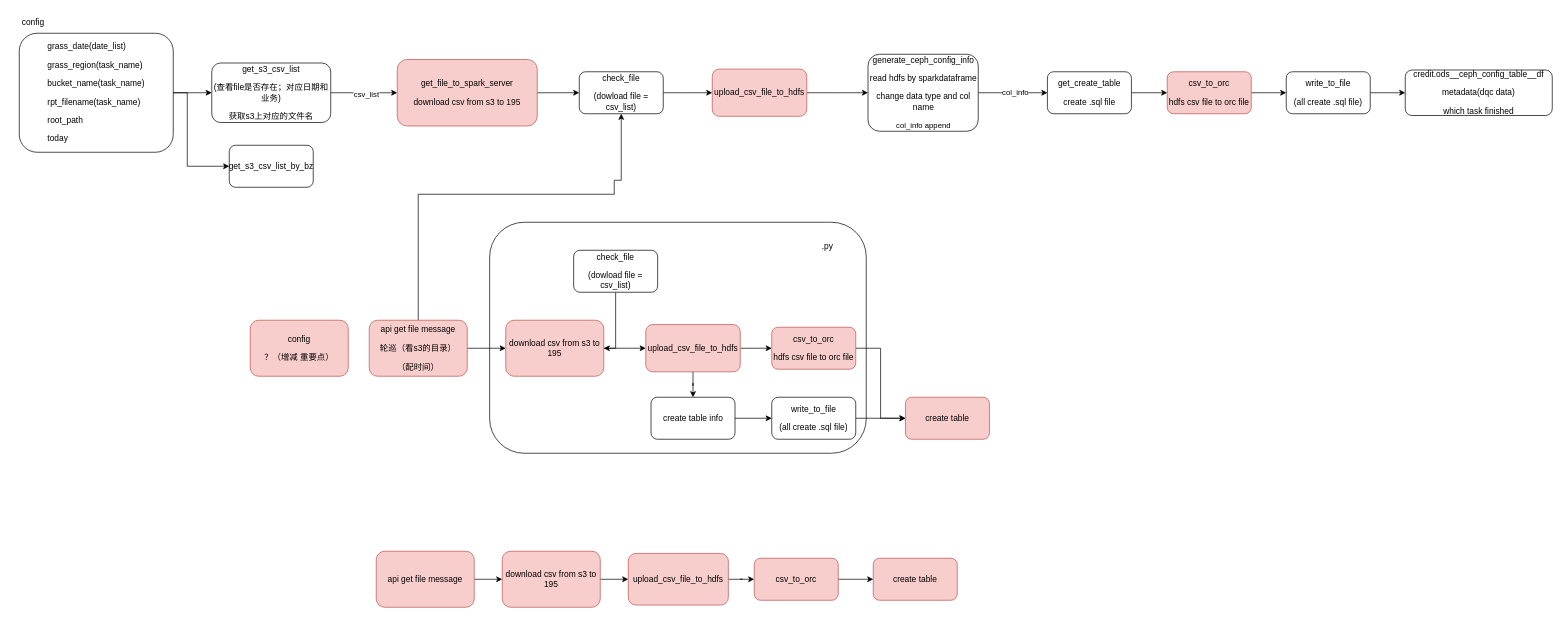
Above: s3file.drawio in a490888602/draw (draw.io), before the change. Source tidied: cells renumbered, new cells numbered last; positions are measured from the earlier drawing's top-left corner, leaving out a move shared by most shapes. Both pictures are drawn from the tidied source at 70%, with x=0, y=0 at pixel (12, 12).
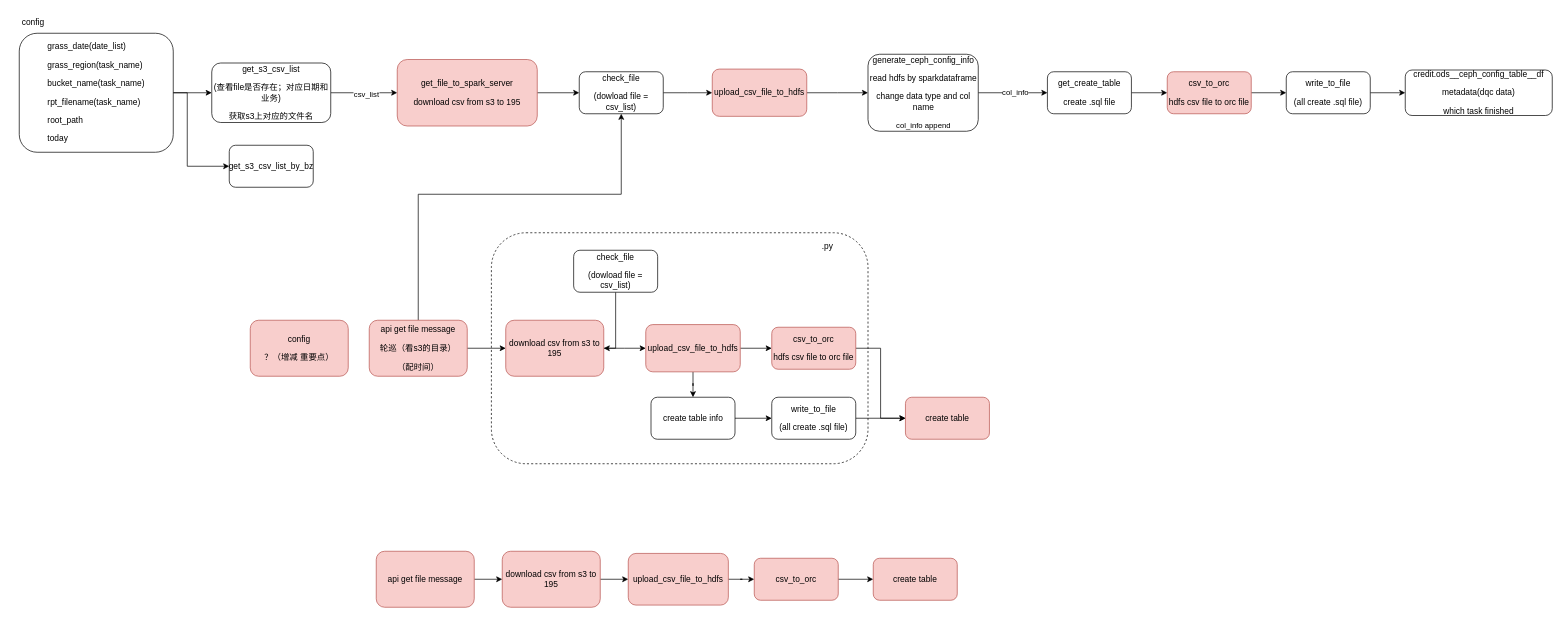
The same page after the edit.

Unchanged cells that the change refers to:
```xml
<mxCell id="14" value="&lt;p&gt;check_file&lt;/p&gt;&lt;p&gt;(dowload file = csv_list)&lt;/p&gt;" style="whiteSpace=wrap;html=1;rounded=1;" parent="1" vertex="1">
  <mxGeometry x="810" y="85" width="120" height="60" as="geometry" />
</mxCell>
<mxCell id="51" value="&lt;p&gt;&lt;span style=&quot;background-color: initial;&quot;&gt;api get file message&lt;/span&gt;&lt;/p&gt;&lt;p&gt;&lt;span style=&quot;background-color: initial;&quot;&gt;轮巡（看s3的目录）&lt;/span&gt;&lt;/p&gt;&lt;p&gt;&lt;span style=&quot;background-color: initial;&quot;&gt;（配时间）&lt;/span&gt;&lt;/p&gt;" style="whiteSpace=wrap;html=1;rounded=1;fillColor=#f8cecc;strokeColor=#b85450;" parent="1" vertex="1">
  <mxGeometry x="510" y="440" width="140" height="80" as="geometry" />
</mxCell>
```

Diff of the diagram source:
```diff
@@
-    <mxCell id="2" style="rounded=1;whiteSpace=wrap;html=1;" parent="1" vertex="1">
-      <mxGeometry x="682" y="300" width="538" height="330" as="geometry" />
+    <mxCell id="2" style="rounded=1;whiteSpace=wrap;html=1;dashed=1;" parent="1" vertex="1">
+      <mxGeometry x="684.5" y="315" width="538" height="330" as="geometry" />
     </mxCell>
@@
     <mxCell id="50" style="edgeStyle=orthogonalEdgeStyle;rounded=0;jettySize=auto;html=1;entryX=0.5;entryY=1;entryDx=0;entryDy=0;" parent="1" edge="1" source="51" target="14">
       <mxGeometry relative="1" as="geometry">
         <Array as="points">
           <mxPoint x="580" y="260" />
-          <mxPoint x="860" y="260" />
-          <mxPoint x="860" y="240" />
-          <mxPoint x="870" y="240" />
+          <mxPoint x="870" y="260" />
         </Array>
       </mxGeometry>
     </mxCell>
```
